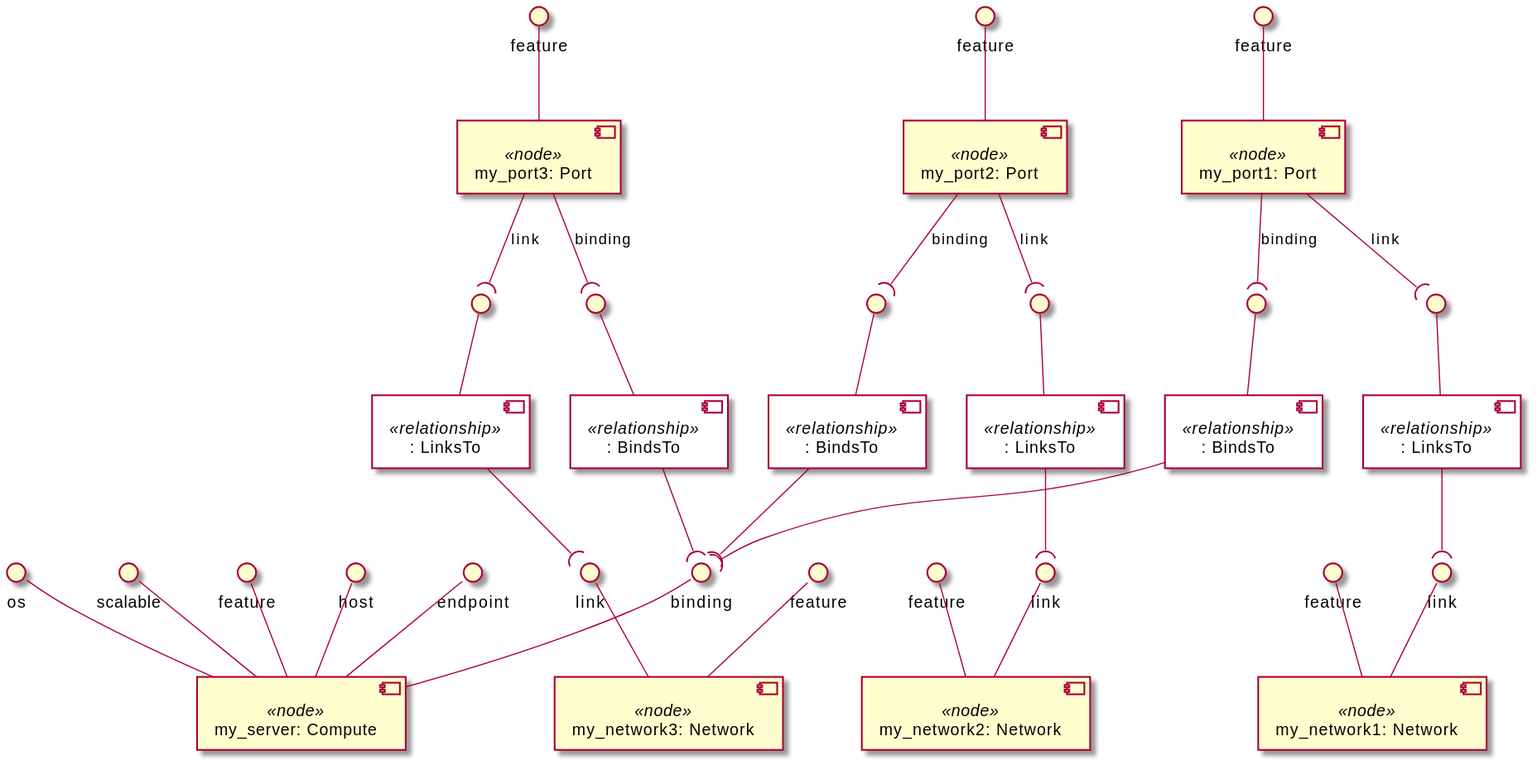
Orange-OpenSource/Cloudnet-TOSCA-toolbox keeps this PlantUML diagram as examples/ariatosca/diagrams/uml2/network-4-1.0-uml2-component-diagram2.svg. Above is the earlier version. Its diagram source:
```plantuml
@startuml
skinparam componentStyle uml2
skinparam component {
  backgroundColor<<relationship>> White
}

component "my_server: Compute" <<node>> as node_my_server
interface "feature" as node_my_server_feature
node_my_server_feature -- node_my_server
interface "host" as node_my_server_host
node_my_server_host -- node_my_server
interface "endpoint" as node_my_server_endpoint
node_my_server_endpoint -- node_my_server
interface "os" as node_my_server_os
node_my_server_os -- node_my_server
interface "scalable" as node_my_server_scalable
node_my_server_scalable -- node_my_server
interface "binding" as node_my_server_binding
node_my_server_binding -- node_my_server

component "my_network1: Network" <<node>> as node_my_network1
interface "feature" as node_my_network1_feature
node_my_network1_feature -- node_my_network1
interface "link" as node_my_network1_link
node_my_network1_link -- node_my_network1

component "my_network2: Network" <<node>> as node_my_network2
interface "feature" as node_my_network2_feature
node_my_network2_feature -- node_my_network2
interface "link" as node_my_network2_link
node_my_network2_link -- node_my_network2

component "my_network3: Network" <<node>> as node_my_network3
interface "feature" as node_my_network3_feature
node_my_network3_feature -- node_my_network3
interface "link" as node_my_network3_link
node_my_network3_link -- node_my_network3

component "my_port1: Port" <<node>> as node_my_port1
interface "feature" as node_my_port1_feature
node_my_port1_feature -- node_my_port1
component ": BindsTo" <<relationship>> as node_my_port1_binding_relationship0
interface " " as node_my_port1_binding_relationship0_source
node_my_port1_binding_relationship0_source -- node_my_port1_binding_relationship0
node_my_port1 --( node_my_port1_binding_relationship0_source : binding
component ": LinksTo" <<relationship>> as node_my_port1_link_relationship1
interface " " as node_my_port1_link_relationship1_source
node_my_port1_link_relationship1_source -- node_my_port1_link_relationship1
node_my_port1 --( node_my_port1_link_relationship1_source : link

component "my_port2: Port" <<node>> as node_my_port2
interface "feature" as node_my_port2_feature
node_my_port2_feature -- node_my_port2
component ": BindsTo" <<relationship>> as node_my_port2_binding_relationship0
interface " " as node_my_port2_binding_relationship0_source
node_my_port2_binding_relationship0_source -- node_my_port2_binding_relationship0
node_my_port2 --( node_my_port2_binding_relationship0_source : binding
component ": LinksTo" <<relationship>> as node_my_port2_link_relationship1
interface " " as node_my_port2_link_relationship1_source
node_my_port2_link_relationship1_source -- node_my_port2_link_relationship1
node_my_port2 --( node_my_port2_link_relationship1_source : link

component "my_port3: Port" <<node>> as node_my_port3
interface "feature" as node_my_port3_feature
node_my_port3_feature -- node_my_port3
component ": BindsTo" <<relationship>> as node_my_port3_binding_relationship0
interface " " as node_my_port3_binding_relationship0_source
node_my_port3_binding_relationship0_source -- node_my_port3_binding_relationship0
node_my_port3 --( node_my_port3_binding_relationship0_source : binding
component ": LinksTo" <<relationship>> as node_my_port3_link_relationship1
interface " " as node_my_port3_link_relationship1_source
node_my_port3_link_relationship1_source -- node_my_port3_link_relationship1
node_my_port3 --( node_my_port3_link_relationship1_source : link

node_my_port1_binding_relationship0 --( node_my_server_binding
node_my_port1_link_relationship1 --( node_my_network1_link
node_my_port2_binding_relationship0 --( node_my_server_binding
node_my_port2_link_relationship1 --( node_my_network2_link
node_my_port3_binding_relationship0 --( node_my_server_binding
node_my_port3_link_relationship1 --( node_my_network3_link
@enduml
```
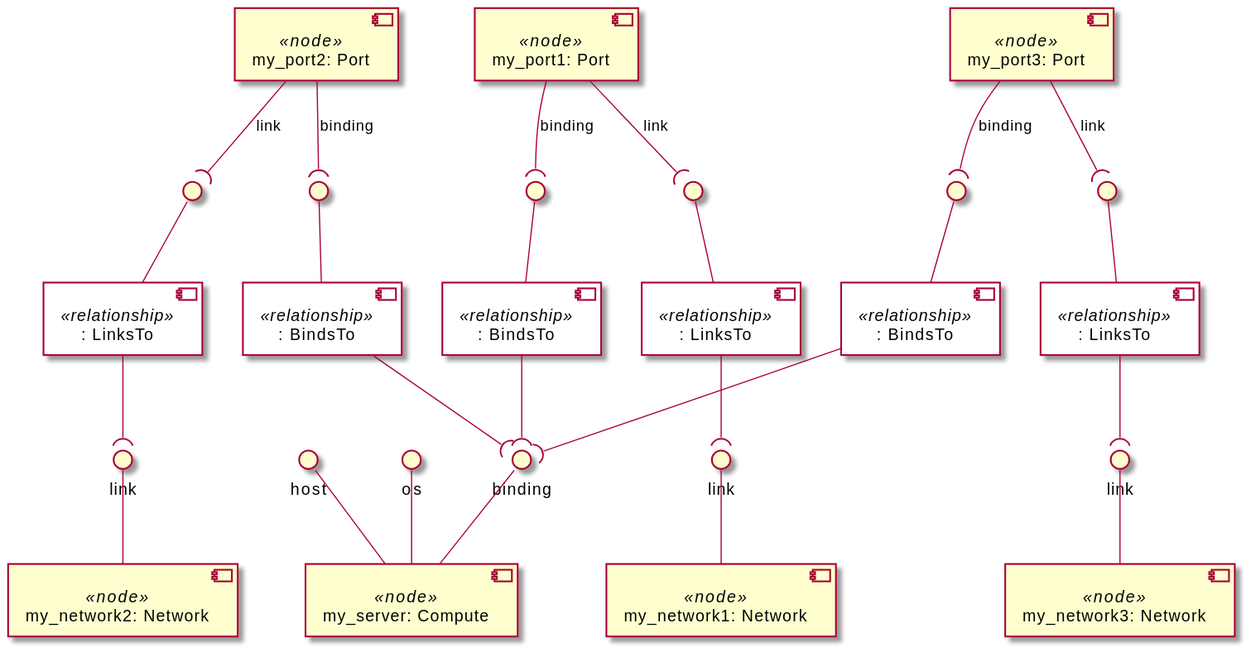
After the commit.

Diff of the diagram source:
```diff
@@ -5,40 +5,26 @@
 }
 
 component "my_server: Compute" <<node>> as node_my_server
-interface "feature" as node_my_server_feature
-node_my_server_feature -- node_my_server
+interface "os" as node_my_server_os
+node_my_server_os -- node_my_server
 interface "host" as node_my_server_host
 node_my_server_host -- node_my_server
-interface "endpoint" as node_my_server_endpoint
-node_my_server_endpoint -- node_my_server
-interface "os" as node_my_server_os
-node_my_server_os -- node_my_server
-interface "scalable" as node_my_server_scalable
-node_my_server_scalable -- node_my_server
 interface "binding" as node_my_server_binding
 node_my_server_binding -- node_my_server
 
 component "my_network1: Network" <<node>> as node_my_network1
-interface "feature" as node_my_network1_feature
-node_my_network1_feature -- node_my_network1
 interface "link" as node_my_network1_link
 node_my_network1_link -- node_my_network1
 
 component "my_network2: Network" <<node>> as node_my_network2
-interface "feature" as node_my_network2_feature
-node_my_network2_feature -- node_my_network2
 interface "link" as node_my_network2_link
 node_my_network2_link -- node_my_network2
 
 component "my_network3: Network" <<node>> as node_my_network3
-interface "feature" as node_my_network3_feature
-node_my_network3_feature -- node_my_network3
 interface "link" as node_my_network3_link
 node_my_network3_link -- node_my_network3
 
 component "my_port1: Port" <<node>> as node_my_port1
-interface "feature" as node_my_port1_feature
-node_my_port1_feature -- node_my_port1
 component ": BindsTo" <<relationship>> as node_my_port1_binding_relationship0
 interface " " as node_my_port1_binding_relationship0_source
 node_my_port1_binding_relationship0_source -- node_my_port1_binding_relationship0
@@ -49,8 +35,6 @@
 node_my_port1 --( node_my_port1_link_relationship1_source : link
 
 component "my_port2: Port" <<node>> as node_my_port2
-interface "feature" as node_my_port2_feature
-node_my_port2_feature -- node_my_port2
 component ": BindsTo" <<relationship>> as node_my_port2_binding_relationship0
 interface " " as node_my_port2_binding_relationship0_source
 node_my_port2_binding_relationship0_source -- node_my_port2_binding_relationship0
@@ -61,8 +45,6 @@
 node_my_port2 --( node_my_port2_link_relationship1_source : link
 
 component "my_port3: Port" <<node>> as node_my_port3
-interface "feature" as node_my_port3_feature
-node_my_port3_feature -- node_my_port3
 component ": BindsTo" <<relationship>> as node_my_port3_binding_relationship0
 interface " " as node_my_port3_binding_relationship0_source
 node_my_port3_binding_relationship0_source -- node_my_port3_binding_relationship0
```
